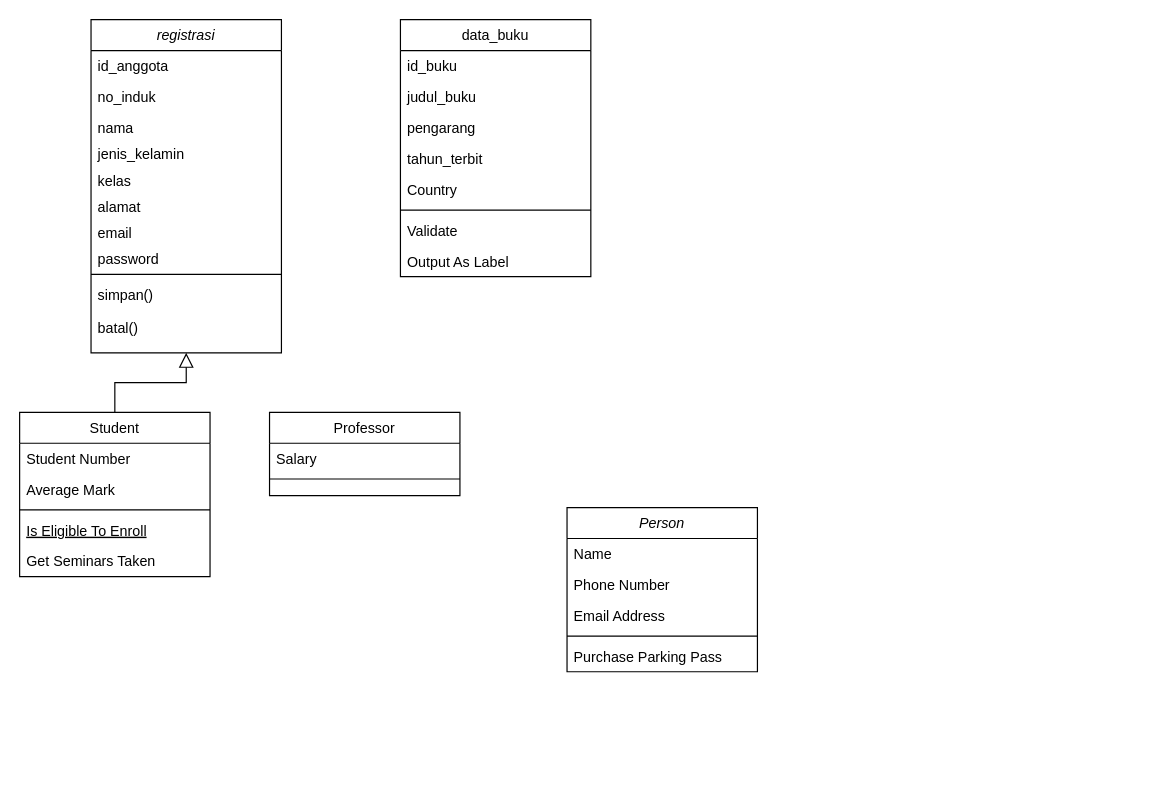
The draw.io diagram Untitled Diagram.drawio in Bangkithari18/draw, before the edit. Source tidied: cells renumbered, new cells numbered last; positions are measured from the earlier drawing's top-left corner, leaving out a move shared by most shapes. Both pictures are drawn from the tidied source at 119%, with x=0, y=0 at pixel (19, 19).
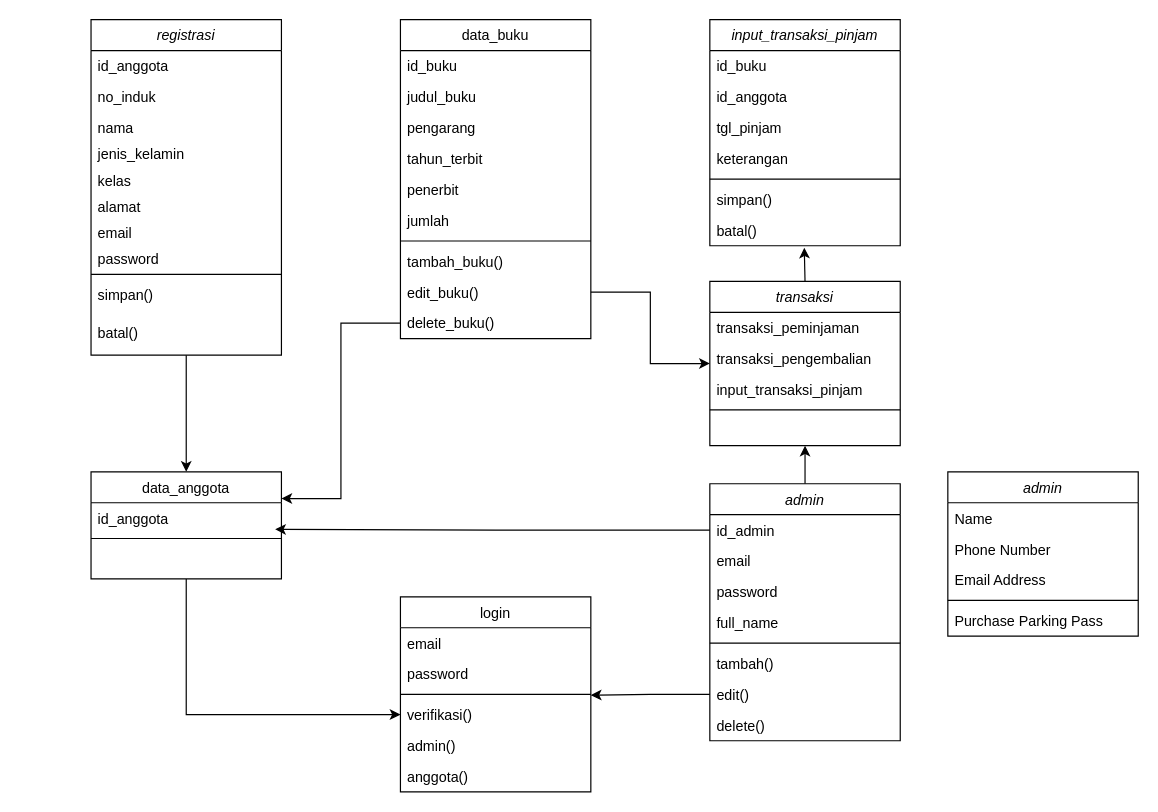
Above is the later version.

The edit, as a diff of the source:
```diff
@@
+    <mxCell id="38" style="edgeStyle=orthogonalEdgeStyle;rounded=0;jettySize=auto;html=1;exitX=0.5;exitY=1;exitDx=0;exitDy=0;entryX=0.5;entryY=0;entryDx=0;entryDy=0;" parent="1" edge="1" source="2" target="13">
+      <mxGeometry relative="1" as="geometry" />
+    </mxCell>
     <mxCell id="2" value="registrasi" style="swimlane;fontStyle=2;align=center;verticalAlign=top;horizontal=1;startSize=26;rounded=0;shadow=0;strokeWidth=1;" parent="1" vertex="1">
-      <mxGeometry x="60" width="160" height="280" as="geometry" />
+      <mxGeometry x="60" width="160" height="282" as="geometry" />
     </mxCell>
@@
-    <mxCell id="12" value="simpan()&#10;&#10;batal()" style="text;align=left;verticalAlign=top;spacingLeft=4;spacingRight=4;overflow=hidden;" parent="2" vertex="1">
-      <mxGeometry y="218" width="160" height="62" as="geometry" />
+    <mxCell id="12" value="simpan()" style="text;align=left;verticalAlign=top;spacingLeft=4;spacingRight=4;overflow=hidden;" parent="2" vertex="1">
+      <mxGeometry y="218" width="160" height="32" as="geometry" />
     </mxCell>
+    <mxCell id="39" value="batal()" style="text;align=left;verticalAlign=top;spacingLeft=4;spacingRight=4;overflow=hidden;" parent="2" vertex="1">
+      <mxGeometry y="250" width="160" height="30" as="geometry" />
+    </mxCell>
+    <mxCell id="40" style="edgeStyle=orthogonalEdgeStyle;rounded=0;jettySize=auto;html=1;exitX=0.5;exitY=1;exitDx=0;exitDy=0;entryX=0;entryY=0.5;entryDx=0;entryDy=0;" parent="1" edge="1" source="13" target="42">
+      <mxGeometry relative="1" as="geometry" />
+    </mxCell>
-    <mxCell id="13" value="Student" style="swimlane;fontStyle=0;align=center;verticalAlign=top;horizontal=1;startSize=26;rounded=0;shadow=0;strokeWidth=1;" parent="1" vertex="1">
-      <mxGeometry y="330" width="160" height="138" as="geometry" />
+    <mxCell id="13" value="data_anggota" style="swimlane;fontStyle=0;align=center;verticalAlign=top;horizontal=1;startSize=26;rounded=0;shadow=0;strokeWidth=1;" parent="1" vertex="1">
+      <mxGeometry x="60" y="380" width="160" height="90" as="geometry" />
     </mxCell>
-    <mxCell id="14" value="Student Number" style="text;align=left;verticalAlign=top;spacingLeft=4;spacingRight=4;overflow=hidden;points=[[0,0.5],[1,0.5]];portConstraint=eastwest;" parent="13" vertex="1">
+    <mxCell id="14" value="id_anggota" style="text;align=left;verticalAlign=top;spacingLeft=4;spacingRight=4;overflow=hidden;points=[[0,0.5],[1,0.5]];portConstraint=eastwest;" parent="13" vertex="1">
       <mxGeometry y="26" width="160" height="26" as="geometry" />
     </mxCell>
-    <mxCell id="15" value="Average Mark" style="text;align=left;verticalAlign=top;spacingLeft=4;spacingRight=4;overflow=hidden;rounded=0;shadow=0;html=0;" parent="13" vertex="1">
-      <mxGeometry y="52" width="160" height="26" as="geometry" />
-    </mxCell>
     <mxCell id="16" style="line;html=1;strokeWidth=1;align=left;verticalAlign=middle;spacingTop=-1;spacingLeft=3;spacingRight=3;labelPosition=right;" parent="13" vertex="1">
-      <mxGeometry y="78" width="160" height="8" as="geometry" />
+      <mxGeometry y="52" width="160" height="8" as="geometry" />
     </mxCell>
-    <mxCell id="17" value="Is Eligible To Enroll" style="text;align=left;verticalAlign=top;spacingLeft=4;spacingRight=4;overflow=hidden;fontStyle=4;" parent="13" vertex="1">
-      <mxGeometry y="86" width="160" height="26" as="geometry" />
-    </mxCell>
-    <mxCell id="18" value="Get Seminars Taken" style="text;align=left;verticalAlign=top;spacingLeft=4;spacingRight=4;overflow=hidden;" parent="13" vertex="1">
-      <mxGeometry y="112" width="160" height="26" as="geometry" />
-    </mxCell>
-    <mxCell id="19" style="endArrow=block;endSize=10;endFill=0;shadow=0;strokeWidth=1;rounded=0;curved=0;edgeStyle=elbowEdgeStyle;elbow=vertical;" parent="1" edge="1" source="13" target="2">
-      <mxGeometry relative="1" as="geometry" />
-    </mxCell>
-    <mxCell id="20" value="Professor" style="swimlane;fontStyle=0;align=center;verticalAlign=top;horizontal=1;startSize=26;rounded=0;shadow=0;strokeWidth=1;" parent="1" vertex="1">
-      <mxGeometry x="210" y="330" width="160" height="70" as="geometry" />
+    <mxCell id="20" value="login" style="swimlane;fontStyle=0;align=center;verticalAlign=top;horizontal=1;startSize=26;rounded=0;shadow=0;strokeWidth=1;" parent="1" vertex="1">
+      <mxGeometry x="320" y="485" width="160" height="164" as="geometry" />
     </mxCell>
-    <mxCell id="21" value="Salary" style="text;align=left;verticalAlign=top;spacingLeft=4;spacingRight=4;overflow=hidden;" parent="20" vertex="1">
+    <mxCell id="21" value="email" style="text;align=left;verticalAlign=top;spacingLeft=4;spacingRight=4;overflow=hidden;" parent="20" vertex="1">
       <mxGeometry y="26" width="160" height="26" as="geometry" />
     </mxCell>
+    <mxCell id="41" value="password" style="text;align=left;verticalAlign=top;spacingLeft=4;spacingRight=4;overflow=hidden;" parent="20" vertex="1">
+      <mxGeometry y="52" width="160" height="26" as="geometry" />
+    </mxCell>
     <mxCell id="22" style="line;html=1;strokeWidth=1;align=left;verticalAlign=middle;spacingTop=-1;spacingLeft=3;spacingRight=3;labelPosition=right;" parent="20" vertex="1">
-      <mxGeometry y="52" width="160" height="8" as="geometry" />
+      <mxGeometry y="78" width="160" height="8" as="geometry" />
     </mxCell>
+    <mxCell id="42" value="verifikasi()" style="text;align=left;verticalAlign=top;spacingLeft=4;spacingRight=4;overflow=hidden;points=[[0,0.5],[1,0.5]];portConstraint=eastwest;" parent="20" vertex="1">
+      <mxGeometry y="86" width="160" height="26" as="geometry" />
+    </mxCell>
+    <mxCell id="43" value="admin()" style="text;align=left;verticalAlign=top;spacingLeft=4;spacingRight=4;overflow=hidden;" parent="20" vertex="1">
+      <mxGeometry y="112" width="160" height="26" as="geometry" />
+    </mxCell>
+    <mxCell id="44" value="anggota()" style="text;align=left;verticalAlign=top;spacingLeft=4;spacingRight=4;overflow=hidden;" parent="20" vertex="1">
+      <mxGeometry y="138" width="160" height="26" as="geometry" />
+    </mxCell>
     <mxCell id="23" value="data_buku" style="swimlane;fontStyle=0;align=center;verticalAlign=top;horizontal=1;startSize=26;rounded=0;shadow=0;strokeWidth=1;" parent="1" vertex="1">
-      <mxGeometry x="320" width="160" height="216" as="geometry" />
+      <mxGeometry x="320" width="160" height="268" as="geometry" />
     </mxCell>
@@
-    <mxCell id="28" value="Country" style="text;align=left;verticalAlign=top;spacingLeft=4;spacingRight=4;overflow=hidden;rounded=0;shadow=0;html=0;" parent="23" vertex="1">
-      <mxGeometry y="130" width="160" height="26" as="geometry" />
-    </mxCell>
+    <mxCell id="45" value="penerbit" style="text;align=left;verticalAlign=top;spacingLeft=4;spacingRight=4;overflow=hidden;rounded=0;shadow=0;html=0;" parent="23" vertex="1">
+      <mxGeometry y="130" width="160" height="26" as="geometry" />
+    </mxCell>
+    <mxCell id="46" value="jumlah" style="text;align=left;verticalAlign=top;spacingLeft=4;spacingRight=4;overflow=hidden;rounded=0;shadow=0;html=0;" parent="23" vertex="1">
+      <mxGeometry y="156" width="160" height="26" as="geometry" />
+    </mxCell>
     <mxCell id="29" style="line;html=1;strokeWidth=1;align=left;verticalAlign=middle;spacingTop=-1;spacingLeft=3;spacingRight=3;labelPosition=right;" parent="23" vertex="1">
-      <mxGeometry y="156" width="160" height="8" as="geometry" />
+      <mxGeometry y="182" width="160" height="8" as="geometry" />
     </mxCell>
-    <mxCell id="30" value="Validate" style="text;align=left;verticalAlign=top;spacingLeft=4;spacingRight=4;overflow=hidden;" parent="23" vertex="1">
-      <mxGeometry y="164" width="160" height="26" as="geometry" />
+    <mxCell id="30" value="tambah_buku()" style="text;align=left;verticalAlign=top;spacingLeft=4;spacingRight=4;overflow=hidden;" parent="23" vertex="1">
+      <mxGeometry y="190" width="160" height="26" as="geometry" />
     </mxCell>
-    <mxCell id="31" value="Output As Label" style="text;align=left;verticalAlign=top;spacingLeft=4;spacingRight=4;overflow=hidden;points=[[0,0.5],[1,0.5]];portConstraint=eastwest;" parent="23" vertex="1">
-      <mxGeometry y="190" width="160" height="26" as="geometry" />
+    <mxCell id="31" value="edit_buku()" style="text;align=left;verticalAlign=top;spacingLeft=4;spacingRight=4;overflow=hidden;points=[[0,0.5],[1,0.5]];portConstraint=eastwest;" parent="23" vertex="1">
+      <mxGeometry y="216" width="160" height="26" as="geometry" />
     </mxCell>
+    <mxCell id="47" value="delete_buku()" style="text;align=left;verticalAlign=top;spacingLeft=4;spacingRight=4;overflow=hidden;points=[[0,0.5],[1,0.5]];portConstraint=eastwest;" parent="23" vertex="1">
+      <mxGeometry y="242" width="160" height="26" as="geometry" />
+    </mxCell>
+    <mxCell id="48" style="edgeStyle=orthogonalEdgeStyle;rounded=0;jettySize=auto;html=1;exitX=0.5;exitY=0;exitDx=0;exitDy=0;entryX=0.5;entryY=1;entryDx=0;entryDy=0;" parent="1" edge="1" source="32" target="58">
+      <mxGeometry relative="1" as="geometry" />
+    </mxCell>
-    <mxCell id="32" value="Person" style="swimlane;fontStyle=2;align=center;verticalAlign=top;horizontal=1;startSize=26;rounded=0;shadow=0;strokeWidth=1;" parent="1" vertex="1">
-      <mxGeometry x="460" y="410" width="160" height="138" as="geometry" />
+    <mxCell id="32" value="admin" style="swimlane;fontStyle=2;align=center;verticalAlign=top;horizontal=1;startSize=26;rounded=0;shadow=0;strokeWidth=1;" parent="1" vertex="1">
+      <mxGeometry x="580" y="390" width="160" height="216" as="geometry" />
     </mxCell>
-    <mxCell id="33" value="Name" style="text;align=left;verticalAlign=top;spacingLeft=4;spacingRight=4;overflow=hidden;points=[[0,0.5],[1,0.5]];portConstraint=eastwest;" parent="32" vertex="1">
+    <mxCell id="33" value="id_admin" style="text;align=left;verticalAlign=top;spacingLeft=4;spacingRight=4;overflow=hidden;points=[[0,0.5],[1,0.5]];portConstraint=eastwest;" parent="32" vertex="1">
       <mxGeometry y="26" width="160" height="26" as="geometry" />
     </mxCell>
-    <mxCell id="34" value="Phone Number" style="text;align=left;verticalAlign=top;spacingLeft=4;spacingRight=4;overflow=hidden;rounded=0;shadow=0;html=0;" parent="32" vertex="1">
+    <mxCell id="34" value="email" style="text;align=left;verticalAlign=top;spacingLeft=4;spacingRight=4;overflow=hidden;rounded=0;shadow=0;html=0;" parent="32" vertex="1">
       <mxGeometry y="52" width="160" height="26" as="geometry" />
     </mxCell>
-    <mxCell id="35" value="Email Address" style="text;align=left;verticalAlign=top;spacingLeft=4;spacingRight=4;overflow=hidden;rounded=0;shadow=0;html=0;" parent="32" vertex="1">
+    <mxCell id="35" value="password" style="text;align=left;verticalAlign=top;spacingLeft=4;spacingRight=4;overflow=hidden;rounded=0;shadow=0;html=0;" parent="32" vertex="1">
       <mxGeometry y="78" width="160" height="26" as="geometry" />
     </mxCell>
+    <mxCell id="49" value="full_name" style="text;align=left;verticalAlign=top;spacingLeft=4;spacingRight=4;overflow=hidden;rounded=0;shadow=0;html=0;" parent="32" vertex="1">
+      <mxGeometry y="104" width="160" height="26" as="geometry" />
+    </mxCell>
     <mxCell id="36" style="line;html=1;strokeWidth=1;align=left;verticalAlign=middle;spacingTop=-1;spacingLeft=3;spacingRight=3;labelPosition=right;" parent="32" vertex="1">
-      <mxGeometry y="104" width="160" height="8" as="geometry" />
+      <mxGeometry y="130" width="160" height="8" as="geometry" />
     </mxCell>
-    <mxCell id="37" value="Purchase Parking Pass" style="text;align=left;verticalAlign=top;spacingLeft=4;spacingRight=4;overflow=hidden;" parent="32" vertex="1">
-      <mxGeometry y="112" width="160" height="26" as="geometry" />
+    <mxCell id="37" value="tambah()" style="text;align=left;verticalAlign=top;spacingLeft=4;spacingRight=4;overflow=hidden;" parent="32" vertex="1">
+      <mxGeometry y="138" width="160" height="26" as="geometry" />
     </mxCell>
+    <mxCell id="50" value="edit()" style="text;align=left;verticalAlign=top;spacingLeft=4;spacingRight=4;overflow=hidden;points=[[0,0.5],[1,0.5]];portConstraint=eastwest;" parent="32" vertex="1">
+      <mxGeometry y="164" width="160" height="26" as="geometry" />
+    </mxCell>
+    <mxCell id="51" value="delete()" style="text;align=left;verticalAlign=top;spacingLeft=4;spacingRight=4;overflow=hidden;" parent="32" vertex="1">
+      <mxGeometry y="190" width="160" height="26" as="geometry" />
+    </mxCell>
+    <mxCell id="52" value="admin" style="swimlane;fontStyle=2;align=center;verticalAlign=top;horizontal=1;startSize=26;rounded=0;shadow=0;strokeWidth=1;" parent="1" vertex="1">
+      <mxGeometry x="780" y="380" width="160" height="138" as="geometry" />
+    </mxCell>
+    <mxCell id="53" value="Name" style="text;align=left;verticalAlign=top;spacingLeft=4;spacingRight=4;overflow=hidden;" parent="52" vertex="1">
+      <mxGeometry y="26" width="160" height="26" as="geometry" />
+    </mxCell>
+    <mxCell id="54" value="Phone Number" style="text;align=left;verticalAlign=top;spacingLeft=4;spacingRight=4;overflow=hidden;rounded=0;shadow=0;html=0;" parent="52" vertex="1">
+      <mxGeometry y="52" width="160" height="26" as="geometry" />
+    </mxCell>
+    <mxCell id="55" value="Email Address" style="text;align=left;verticalAlign=top;spacingLeft=4;spacingRight=4;overflow=hidden;rounded=0;shadow=0;html=0;" parent="52" vertex="1">
+      <mxGeometry y="78" width="160" height="26" as="geometry" />
+    </mxCell>
+    <mxCell id="56" style="line;html=1;strokeWidth=1;align=left;verticalAlign=middle;spacingTop=-1;spacingLeft=3;spacingRight=3;labelPosition=right;" parent="52" vertex="1">
+      <mxGeometry y="104" width="160" height="8" as="geometry" />
+    </mxCell>
+    <mxCell id="57" value="Purchase Parking Pass" style="text;align=left;verticalAlign=top;spacingLeft=4;spacingRight=4;overflow=hidden;" parent="52" vertex="1">
+      <mxGeometry y="112" width="160" height="26" as="geometry" />
+    </mxCell>
+    <mxCell id="58" value="transaksi" style="swimlane;fontStyle=2;align=center;verticalAlign=top;horizontal=1;startSize=26;rounded=0;shadow=0;strokeWidth=1;" parent="1" vertex="1">
+      <mxGeometry x="580" y="220" width="160" height="138" as="geometry" />
+    </mxCell>
+    <mxCell id="59" value="transaksi_peminjaman" style="text;align=left;verticalAlign=top;spacingLeft=4;spacingRight=4;overflow=hidden;" parent="58" vertex="1">
+      <mxGeometry y="26" width="160" height="26" as="geometry" />
+    </mxCell>
+    <mxCell id="60" value="transaksi_pengembalian" style="text;align=left;verticalAlign=top;spacingLeft=4;spacingRight=4;overflow=hidden;rounded=0;shadow=0;html=0;" parent="58" vertex="1">
+      <mxGeometry y="52" width="160" height="26" as="geometry" />
+    </mxCell>
+    <mxCell id="61" value="input_transaksi_pinjam" style="text;align=left;verticalAlign=top;spacingLeft=4;spacingRight=4;overflow=hidden;rounded=0;shadow=0;html=0;" parent="58" vertex="1">
+      <mxGeometry y="78" width="160" height="26" as="geometry" />
+    </mxCell>
+    <mxCell id="62" style="line;html=1;strokeWidth=1;align=left;verticalAlign=middle;spacingTop=-1;spacingLeft=3;spacingRight=3;labelPosition=right;" parent="58" vertex="1">
+      <mxGeometry y="104" width="160" height="8" as="geometry" />
+    </mxCell>
+    <mxCell id="63" style="edgeStyle=orthogonalEdgeStyle;rounded=0;jettySize=auto;html=1;exitX=0;exitY=0.5;exitDx=0;exitDy=0;entryX=0.967;entryY=0.859;entryDx=0;entryDy=0;entryPerimeter=0;" parent="1" edge="1" source="33" target="14">
+      <mxGeometry relative="1" as="geometry" />
+    </mxCell>
+    <mxCell id="64" style="edgeStyle=orthogonalEdgeStyle;rounded=0;jettySize=auto;html=1;exitX=0;exitY=0.5;exitDx=0;exitDy=0;entryX=1;entryY=-0.128;entryDx=0;entryDy=0;entryPerimeter=0;" parent="1" edge="1" source="50" target="42">
+      <mxGeometry relative="1" as="geometry" />
+    </mxCell>
+    <mxCell id="65" value="input_transaksi_pinjam" style="swimlane;fontStyle=2;align=center;verticalAlign=top;horizontal=1;startSize=26;rounded=0;shadow=0;strokeWidth=1;" parent="1" vertex="1">
+      <mxGeometry x="580" width="160" height="190" as="geometry" />
+    </mxCell>
+    <mxCell id="66" value="id_buku" style="text;align=left;verticalAlign=top;spacingLeft=4;spacingRight=4;overflow=hidden;" parent="65" vertex="1">
+      <mxGeometry y="26" width="160" height="26" as="geometry" />
+    </mxCell>
+    <mxCell id="67" value="id_anggota" style="text;align=left;verticalAlign=top;spacingLeft=4;spacingRight=4;overflow=hidden;rounded=0;shadow=0;html=0;" parent="65" vertex="1">
+      <mxGeometry y="52" width="160" height="26" as="geometry" />
+    </mxCell>
+    <mxCell id="68" value="tgl_pinjam" style="text;align=left;verticalAlign=top;spacingLeft=4;spacingRight=4;overflow=hidden;rounded=0;shadow=0;html=0;" parent="65" vertex="1">
+      <mxGeometry y="78" width="160" height="26" as="geometry" />
+    </mxCell>
+    <mxCell id="69" value="keterangan" style="text;align=left;verticalAlign=top;spacingLeft=4;spacingRight=4;overflow=hidden;rounded=0;shadow=0;html=0;" parent="65" vertex="1">
+      <mxGeometry y="104" width="160" height="26" as="geometry" />
+    </mxCell>
+    <mxCell id="70" style="line;html=1;strokeWidth=1;align=left;verticalAlign=middle;spacingTop=-1;spacingLeft=3;spacingRight=3;labelPosition=right;" parent="65" vertex="1">
+      <mxGeometry y="130" width="160" height="8" as="geometry" />
+    </mxCell>
+    <mxCell id="71" value="simpan()" style="text;align=left;verticalAlign=top;spacingLeft=4;spacingRight=4;overflow=hidden;rounded=0;shadow=0;html=0;" parent="65" vertex="1">
+      <mxGeometry y="138" width="160" height="26" as="geometry" />
+    </mxCell>
+    <mxCell id="72" value="batal()" style="text;align=left;verticalAlign=top;spacingLeft=4;spacingRight=4;overflow=hidden;points=[[0,0.5],[1,0.5]];portConstraint=eastwest;rounded=0;shadow=0;html=0;" parent="65" vertex="1">
+      <mxGeometry y="164" width="160" height="26" as="geometry" />
+    </mxCell>
+    <mxCell id="73" style="edgeStyle=orthogonalEdgeStyle;rounded=0;jettySize=auto;html=1;exitX=0.5;exitY=0;exitDx=0;exitDy=0;entryX=0.496;entryY=1.064;entryDx=0;entryDy=0;entryPerimeter=0;" parent="1" edge="1" source="58" target="72">
+      <mxGeometry relative="1" as="geometry" />
+    </mxCell>
+    <mxCell id="74" style="edgeStyle=orthogonalEdgeStyle;rounded=0;jettySize=auto;html=1;exitX=1;exitY=0.5;exitDx=0;exitDy=0;" parent="1" edge="1" source="31" target="58">
+      <mxGeometry relative="1" as="geometry" />
+    </mxCell>
+    <mxCell id="75" style="edgeStyle=orthogonalEdgeStyle;rounded=0;jettySize=auto;html=1;exitX=0;exitY=0.5;exitDx=0;exitDy=0;entryX=1;entryY=0.25;entryDx=0;entryDy=0;" parent="1" edge="1" source="47" target="13">
+      <mxGeometry relative="1" as="geometry" />
+    </mxCell>
```
